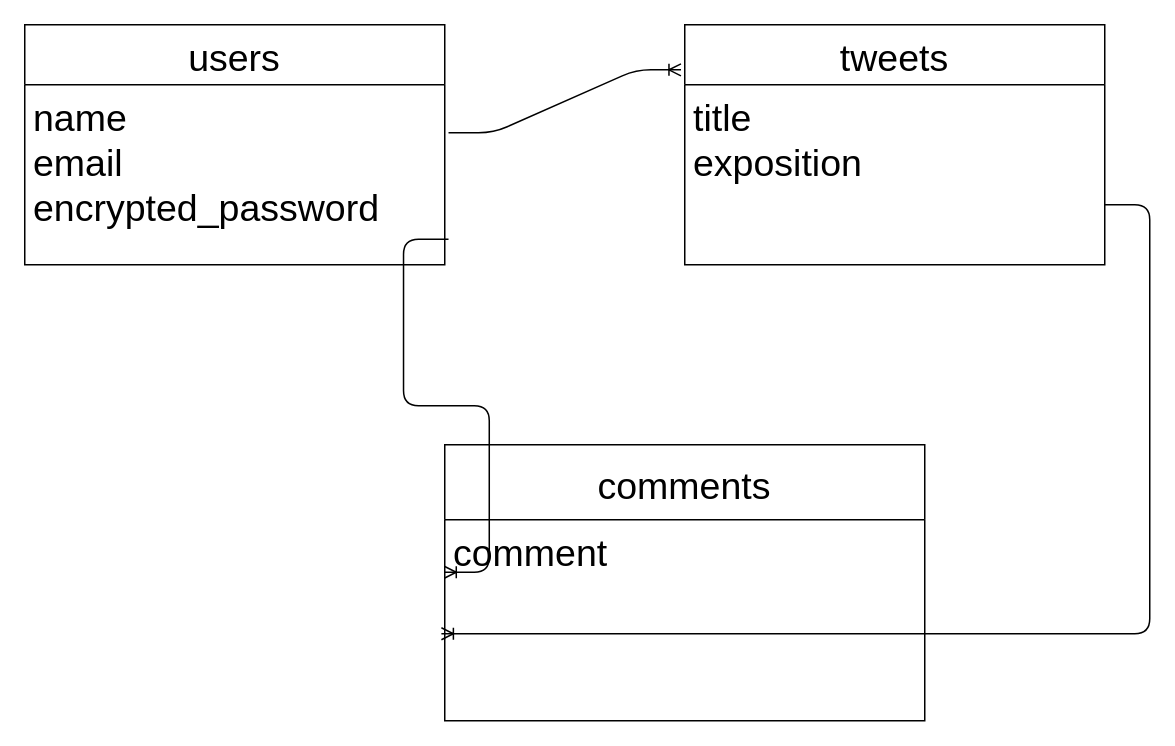
satotech-prog/platt keeps this draw.io diagram as test.dio. Above is the earlier version. Source tidied: cells renumbered, new cells numbered last; positions are measured from the earlier drawing's top-left corner, leaving out a move shared by most shapes. Both pictures are drawn from the tidied source at 150%, with x=0, y=0 at pixel (24, 24).
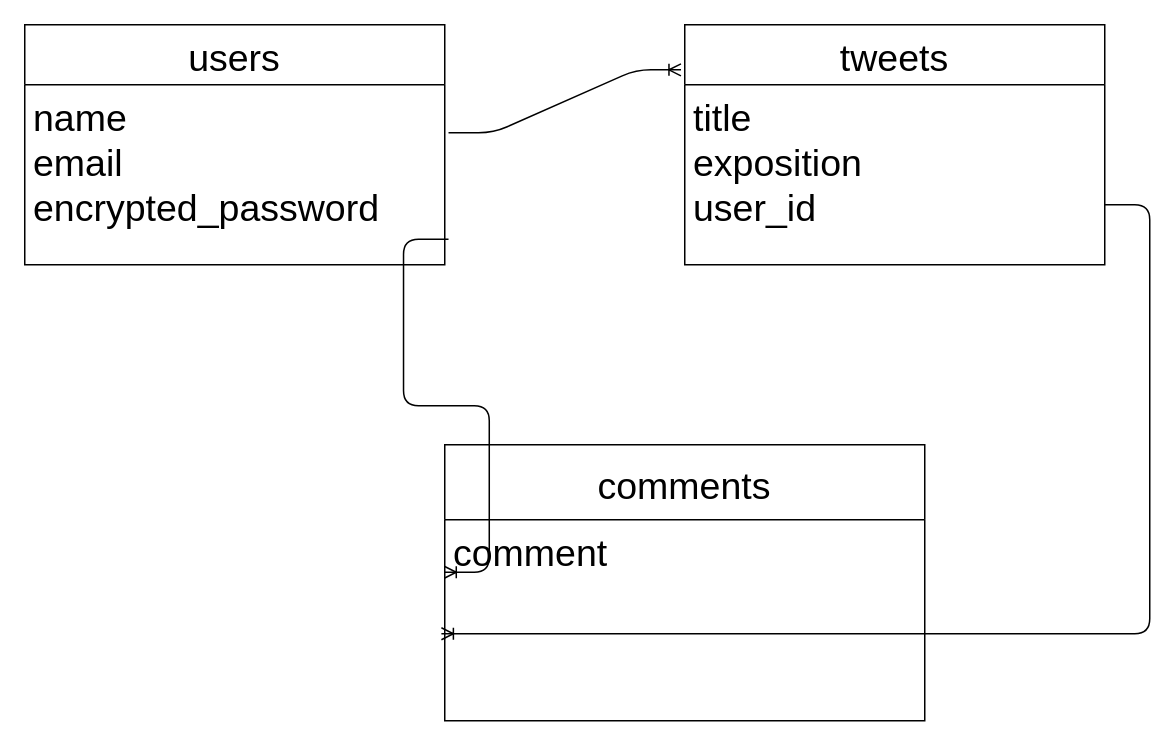
Above is the later version.

Diff of the diagram source:
```diff
@@
 <mxGraphModel>
   <root>
     <mxCell id="0" />
     <mxCell id="1" parent="0" />
     <mxCell id="2" value="users" style="swimlane;fontStyle=0;horizontal=1;startSize=40;align=center;fontSize=25;" parent="1" vertex="1">
       <mxGeometry width="280" height="160" as="geometry" />
     </mxCell>
     <mxCell id="3" value="name&#10;email&#10;encrypted_password&#10;" style="text;strokeColor=none;fillColor=none;spacingLeft=4;spacingRight=4;overflow=hidden;points=[[0,0.5],[1,0.5]];portConstraint=eastwest;fontSize=25;" parent="2" vertex="1">
       <mxGeometry y="40" width="280" height="120" as="geometry" />
     </mxCell>
     <mxCell id="4" value="tweets" style="swimlane;fontStyle=0;horizontal=1;startSize=40;align=center;fontSize=25;" parent="1" vertex="1">
       <mxGeometry x="440" width="280" height="160" as="geometry" />
     </mxCell>
-    <mxCell id="5" value="title&#10;exposition&#10;" style="text;strokeColor=none;fillColor=none;spacingLeft=4;spacingRight=4;overflow=hidden;fontSize=25;" parent="4" vertex="1">
+    <mxCell id="5" value="title&#10;exposition&#10;user_id&#10;" style="text;strokeColor=none;fillColor=none;spacingLeft=4;spacingRight=4;overflow=hidden;fontSize=25;" parent="4" vertex="1">
       <mxGeometry y="40" width="280" height="120" as="geometry" />
     </mxCell>
     <mxCell id="6" value="comments" style="swimlane;fontStyle=0;horizontal=1;startSize=50;align=center;fontSize=25;" parent="1" vertex="1">
       <mxGeometry x="280" y="280" width="320" height="184" as="geometry" />
     </mxCell>
     <mxCell id="7" value="comment&#10;" style="text;strokeColor=none;fillColor=none;spacingLeft=4;spacingRight=4;overflow=hidden;points=[[0,0.5],[1,0.5]];portConstraint=eastwest;fontSize=25;" parent="6" vertex="1">
       <mxGeometry y="50" width="320" height="134" as="geometry" />
     </mxCell>
     <mxCell id="8" style="edgeStyle=entityRelationEdgeStyle;fontSize=12;html=1;endArrow=ERoneToMany;entryX=-0.009;entryY=0.188;entryDx=0;entryDy=0;entryPerimeter=0;exitX=1.009;exitY=0.267;exitDx=0;exitDy=0;exitPerimeter=0;" parent="1" edge="1" source="3" target="4">
       <mxGeometry relative="1" as="geometry" />
     </mxCell>
     <mxCell id="9" style="edgeStyle=entityRelationEdgeStyle;fontSize=12;html=1;endArrow=ERoneToMany;entryX=-0.001;entryY=0.261;entryDx=0;entryDy=0;entryPerimeter=0;exitX=1.009;exitY=0.858;exitDx=0;exitDy=0;exitPerimeter=0;" parent="1" edge="1" source="3" target="7">
       <mxGeometry relative="1" as="geometry" />
     </mxCell>
     <mxCell id="10" style="edgeStyle=entityRelationEdgeStyle;fontSize=12;html=1;endArrow=ERoneToMany;entryX=-0.007;entryY=0.567;entryDx=0;entryDy=0;entryPerimeter=0;" parent="1" edge="1" target="7">
       <mxGeometry relative="1" as="geometry">
         <mxPoint x="720" y="120" as="sourcePoint" />
       </mxGeometry>
     </mxCell>
   </root>
 </mxGraphModel>
```
